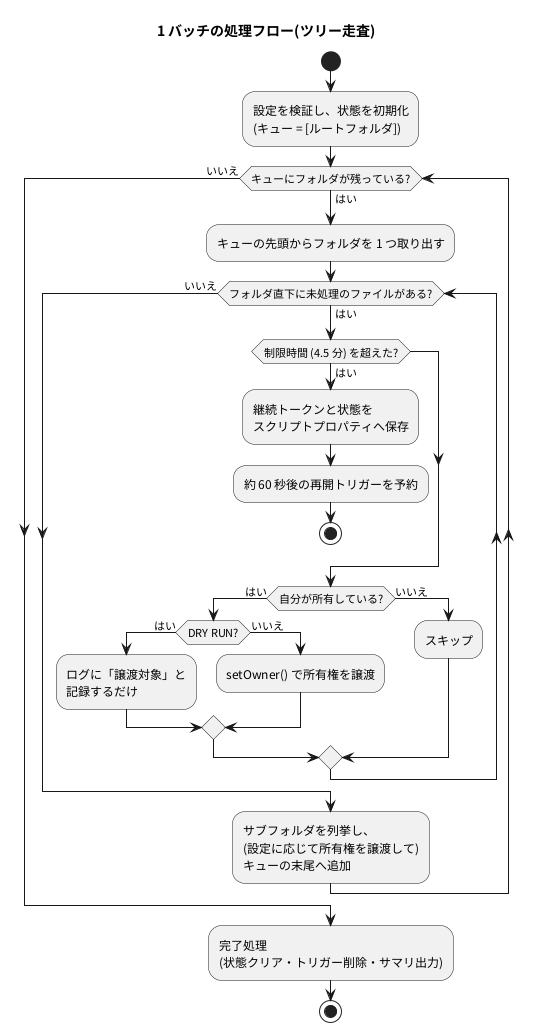
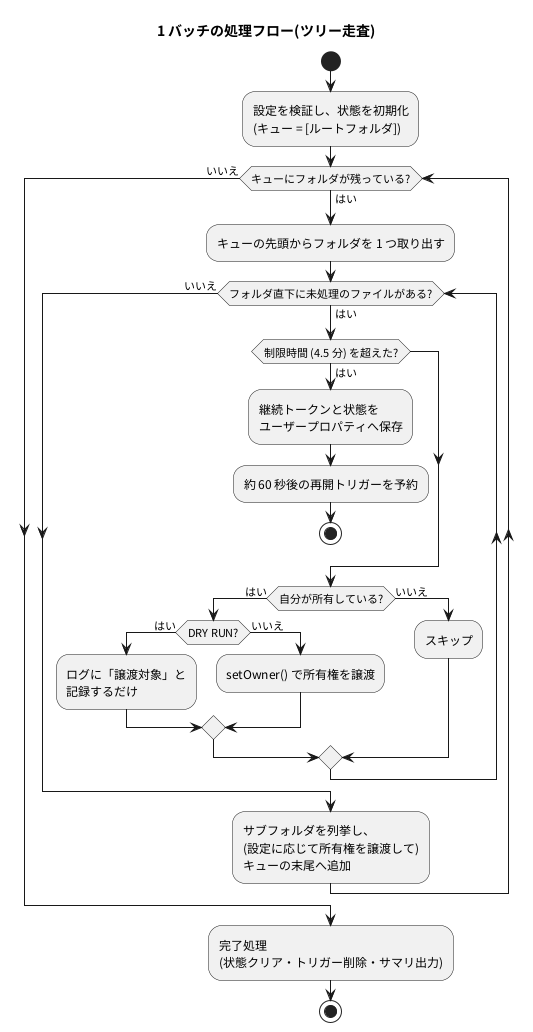
@startuml 02_batch_activity
title 1 バッチの処理フロー(ツリー走査)
skinparam defaultFontName "Noto Sans CJK JP"
skinparam shadowing false

start
:設定を検証し、状態を初期化\n(キュー = [ルートフォルダ]);
while (キューにフォルダが残っている?) is (はい)
  :キューの先頭からフォルダを 1 つ取り出す;
  while (フォルダ直下に未処理のファイルがある?) is (はい)
    if (制限時間 (4.5 分) を超えた?) then (はい)
-       :継続トークンと状態を\nスクリプトプロパティへ保存;
+       :継続トークンと状態を\nユーザープロパティへ保存;
      :約 60 秒後の再開トリガーを予約;
      stop
    endif
    if (自分が所有している?) then (はい)
      if (DRY RUN?) then (はい)
        :ログに「譲渡対象」と\n記録するだけ;
      else (いいえ)
        :setOwner() で所有権を譲渡;
      endif
    else (いいえ)
      :スキップ;
    endif
  endwhile (いいえ)
  :サブフォルダを列挙し、\n(設定に応じて所有権を譲渡して)\nキューの末尾へ追加;
endwhile (いいえ)
:完了処理\n(状態クリア・トリガー削除・サマリ出力);
stop
@enduml
